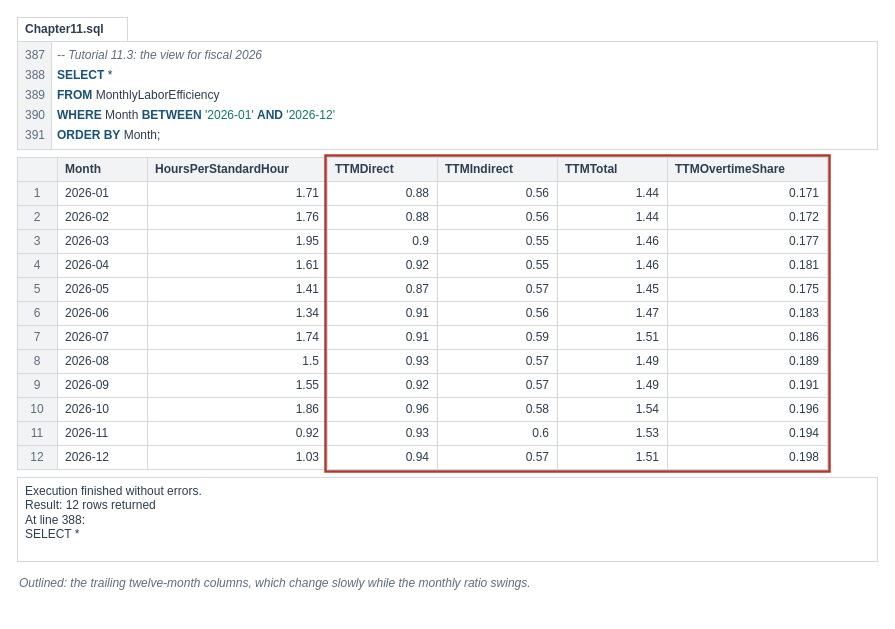
mmcodesso/Accounting_Analytics_Book keeps this draw.io diagram as visuals/src/fig-11-10-monthly-measure.drawio. Above is the earlier version. Source tidied: cells renumbered, new cells numbered last; positions are measured from the earlier drawing's top-left corner, leaving out a move shared by most shapes. Both pictures are drawn from the tidied source at 100%, with x=0, y=0 at pixel (17, 17).
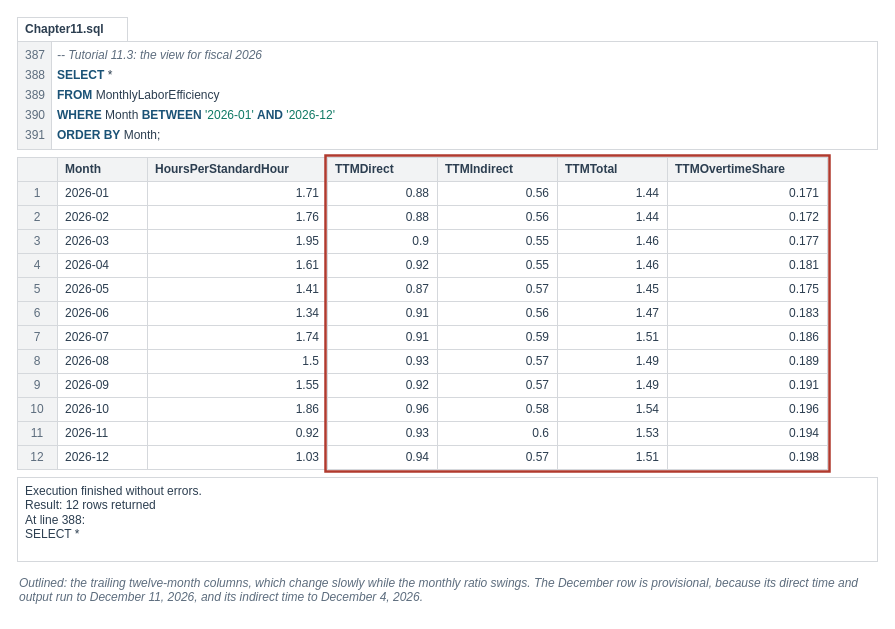
After the change.

The edit, as a diff of the source:
```diff
@@
     <mxCell id="2" style="rounded=0;html=1;fillColor=none;strokeColor=none;" parent="1" vertex="1">
-      <mxGeometry width="860" height="576" as="geometry" />
+      <mxGeometry width="860" height="594" as="geometry" />
     </mxCell>
@@
-    <mxCell id="108" value="&lt;i&gt;Outlined: the trailing twelve-month columns, which change slowly while the monthly ratio swings.&lt;/i&gt;" style="text;html=1;whiteSpace=wrap;align=left;verticalAlign=top;fontSize=12;fontColor=#5D6D7E;fontStyle=0;fontFamily=Helvetica;spacing=2;fillColor=none;strokeColor=none;" parent="1" vertex="1">
-      <mxGeometry y="552" width="860" height="22" as="geometry" />
+    <mxCell id="108" value="&lt;i&gt;Outlined: the trailing twelve-month columns, which change slowly while the monthly ratio swings. The December row is provisional, because its direct time and output run to December 11, 2026, and its indirect time to December 4, 2026.&lt;/i&gt;" style="text;html=1;whiteSpace=wrap;align=left;verticalAlign=top;fontSize=12;fontColor=#5D6D7E;fontStyle=0;fontFamily=Helvetica;spacing=2;fillColor=none;strokeColor=none;" parent="1" vertex="1">
+      <mxGeometry y="552" width="860" height="40" as="geometry" />
     </mxCell>
```
